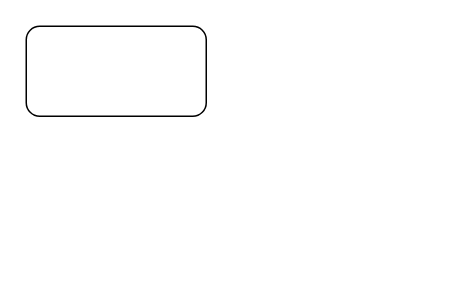
This is docs/diagrams/save/PERT.drawio from Simula-24/Simula-24, a draw.io file, before an edit. Source tidied: cells renumbered, new cells numbered last; positions are measured from the earlier drawing's top-left corner, leaving out a move shared by most shapes. Both pictures are drawn from the tidied source at 150%, with x=0, y=0 at pixel (26, 26).
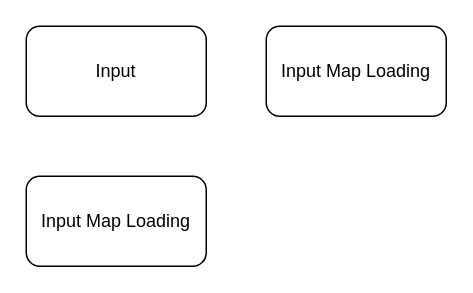
The same diagram, later.

Diff of the diagram source:
```diff
@@
 <mxGraphModel>
   <root>
     <mxCell id="0" />
     <mxCell id="1" parent="0" />
-    <mxCell id="2" style="rounded=1;whiteSpace=wrap;html=1;" parent="1" vertex="1">
+    <mxCell id="2" value="Input" style="rounded=1;whiteSpace=wrap;html=1;" parent="1" vertex="1">
       <mxGeometry width="120" height="60" as="geometry" />
     </mxCell>
+    <mxCell id="3" value="Input Map Loading" style="rounded=1;whiteSpace=wrap;html=1;" parent="1" vertex="1">
+      <mxGeometry x="160" width="120" height="60" as="geometry" />
+    </mxCell>
+    <mxCell id="4" value="Input Map Loading" style="rounded=1;whiteSpace=wrap;html=1;" parent="1" vertex="1">
+      <mxGeometry y="100" width="120" height="60" as="geometry" />
+    </mxCell>
   </root>
 </mxGraphModel>
```
